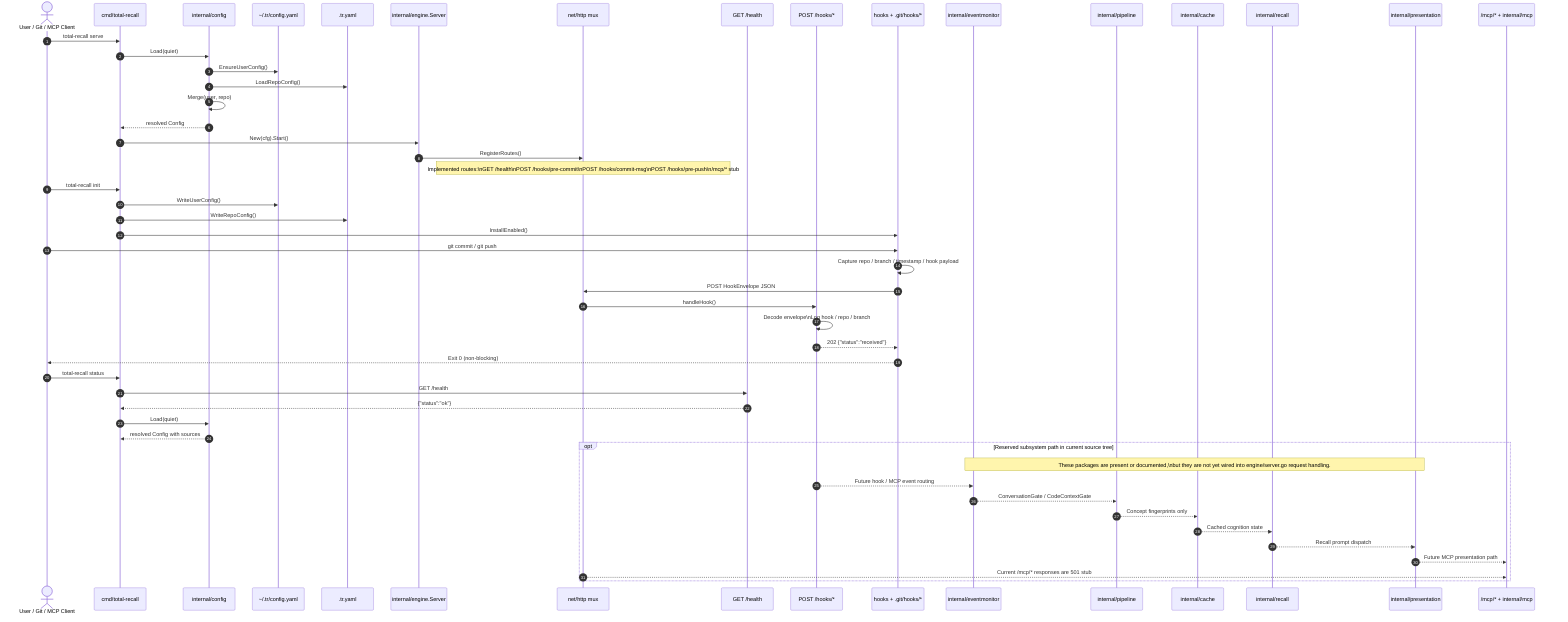
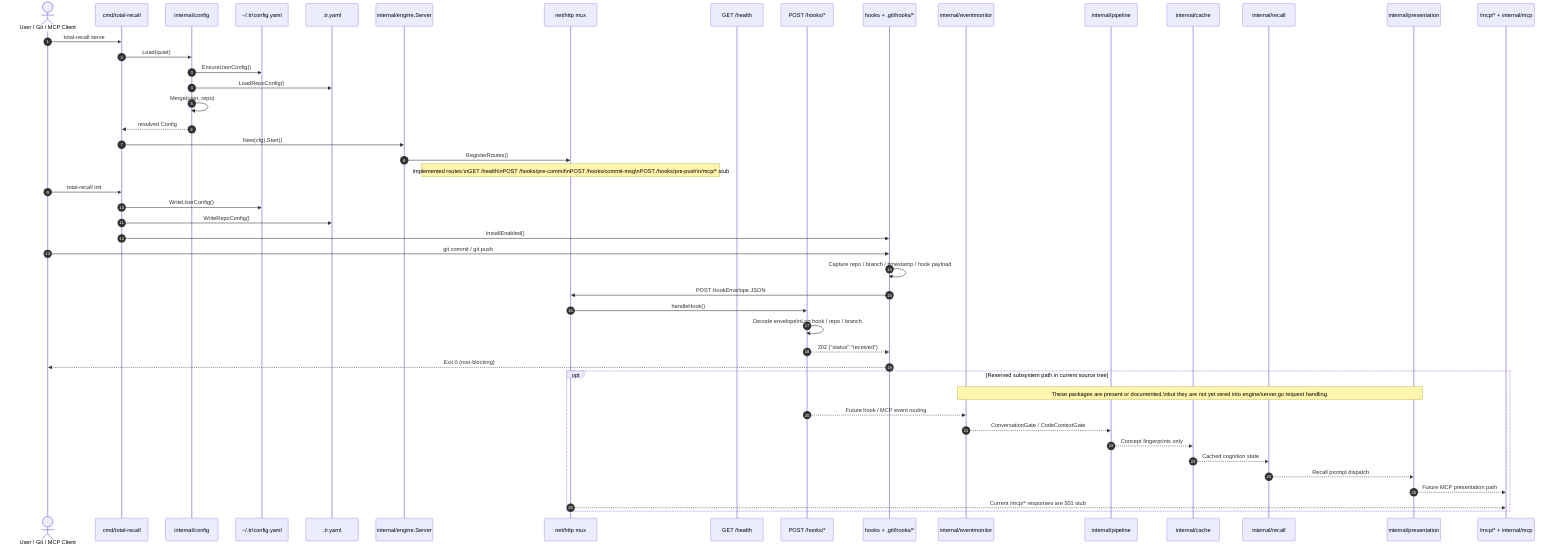
sequenceDiagram
    autonumber
    actor User as User / Git / MCP Client
    participant CLI as cmd/total-recall
    participant Cfg as internal/config
    participant UserCfg as ~/.tr/config.yaml
    participant RepoCfg as .tr.yaml
    participant Engine as internal/engine.Server
    participant HTTP as net/http mux
    participant Health as GET /health
    participant HookAPI as POST /hooks/*
    participant HookScripts as hooks + .git/hooks/*
    participant Gate as internal/eventmonitor
    participant Pipeline as internal/pipeline
    participant Cache as internal/cache
    participant Recall as internal/recall
    participant Present as internal/presentation
    participant MCP as /mcp/* + internal/mcp

    User->>CLI: total-recall serve
    CLI->>Cfg: Load(quiet)
    Cfg->>UserCfg: EnsureUserConfig()
    Cfg->>RepoCfg: LoadRepoConfig()
    Cfg->>Cfg: Merge(user, repo)
    Cfg-->>CLI: resolved Config
    CLI->>Engine: New(cfg).Start()
    Engine->>HTTP: RegisterRoutes()
    Note over HTTP: Implemented routes:\nGET /health\nPOST /hooks/pre-commit\nPOST /hooks/commit-msg\nPOST /hooks/pre-push\n/mcp/* stub

    User->>CLI: total-recall init
    CLI->>UserCfg: WriteUserConfig()
    CLI->>RepoCfg: WriteRepoConfig()
    CLI->>HookScripts: InstallEnabled()

    User->>HookScripts: git commit / git push
    HookScripts->>HookScripts: Capture repo / branch / timestamp / hook payload
    HookScripts->>HTTP: POST HookEnvelope JSON
    HTTP->>HookAPI: handleHook()
    HookAPI->>HookAPI: Decode envelope\nLog hook / repo / branch
    HookAPI-->>HookScripts: 202 {"status":"received"}
    HookScripts-->>User: Exit 0 (non-blocking)

-     User->>CLI: total-recall status
-     CLI->>Health: GET /health
-     Health-->>CLI: {"status":"ok"}
-     CLI->>Cfg: Load(quiet)
-     Cfg-->>CLI: resolved Config with sources
- 
    opt Reserved subsystem path in current source tree
        Note over Gate,Present: These packages are present or documented,\nbut they are not yet wired into engine/server.go request handling.
        HookAPI-->>Gate: Future hook / MCP event routing
        Gate-->>Pipeline: ConversationGate / CodeContextGate
        Pipeline-->>Cache: Concept fingerprints only
        Cache-->>Recall: Cached cognition state
        Recall-->>Present: Recall prompt dispatch
        Present-->>MCP: Future MCP presentation path
        HTTP-->>MCP: Current /mcp/* responses are 501 stub
    end
